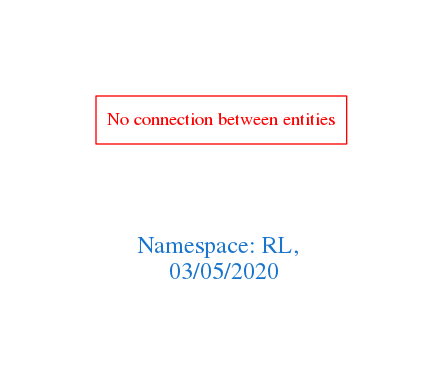
The Graphviz diagram downloads/RL.png in arago/OGIT, before a commit. Its source is kept beside it as downloads/RL.dot. Its diagram source:
```dot
digraph OGIT_ontology {
 graph [ rankdir= LR,pad=1
fontsize = 18,
fontcolor= dodgerblue3,label = "\n\n\nNamespace: RL, \n 03/05/2020"];
node[shape=polygon];
edge [  color="gray81"];

"No connection between entities" [fontcolor = "red",color="red", shape="polygon"]
}
```
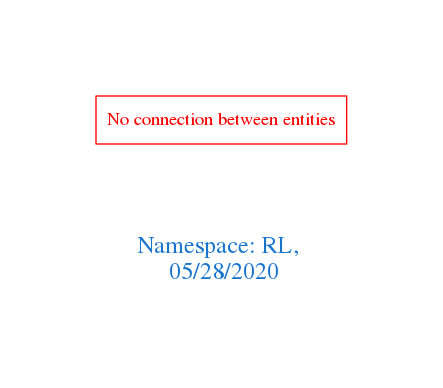
After the change.

Change to the diagram source:
```diff
@@ -1,7 +1,7 @@
 digraph OGIT_ontology {
  graph [ rankdir= LR,pad=1
 fontsize = 18,
-fontcolor= dodgerblue3,label = "\n\n\nNamespace: RL, \n 03/05/2020"];
+fontcolor= dodgerblue3,label = "\n\n\nNamespace: RL, \n 05/28/2020"];
 node[shape=polygon];
 edge [  color="gray81"];
 
```
